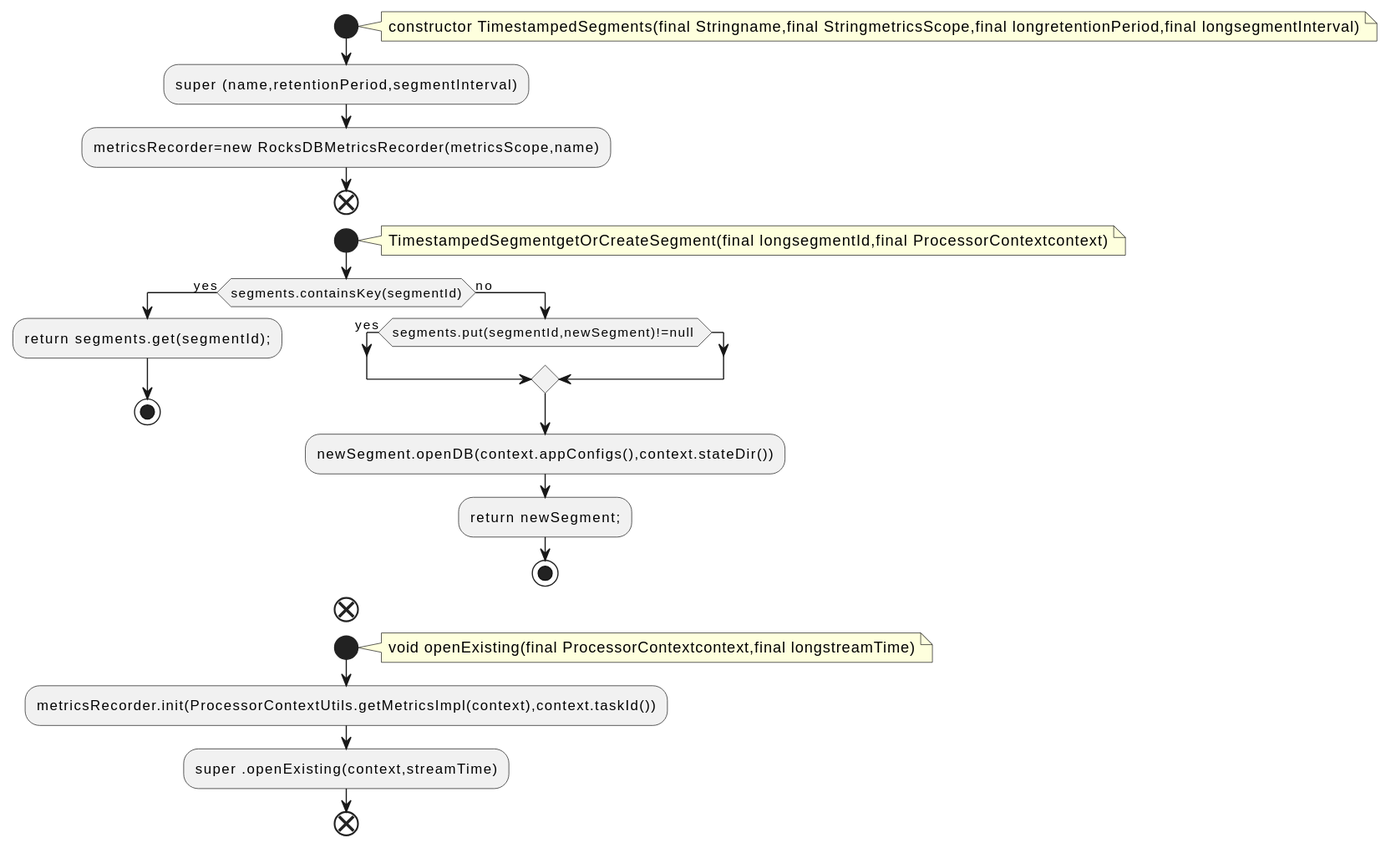
Earlier version of the PlantUML export docs/qc/streams/src/main/java/org/apache/kafka/streams/state/internals/TimestampedSegments.java.fct.svg (qualitesys/kafka). Source of this version:
```plantuml
@startuml
!pragma layout smetana
start
note right
constructor TimestampedSegments(final Stringname,final StringmetricsScope,final longretentionPeriod,final longsegmentInterval)
end note
:super (name,retentionPeriod,segmentInterval);
:metricsRecorder=new RocksDBMetricsRecorder(metricsScope,name);
end
start
note right
TimestampedSegmentgetOrCreateSegment(final longsegmentId,final ProcessorContextcontext)
end note
if (segments.containsKey(segmentId)) then (yes)
:return segments.get(segmentId);;
stop
else (no)
if (segments.put(segmentId,newSegment)!=null ) then (yes)
endif
:newSegment.openDB(context.appConfigs(),context.stateDir());
:return newSegment;;
stop
endif
end
start
note right
void openExisting(final ProcessorContextcontext,final longstreamTime)
end note
:metricsRecorder.init(ProcessorContextUtils.getMetricsImpl(context),context.taskId());
:super .openExisting(context,streamTime);
end
@enduml
```
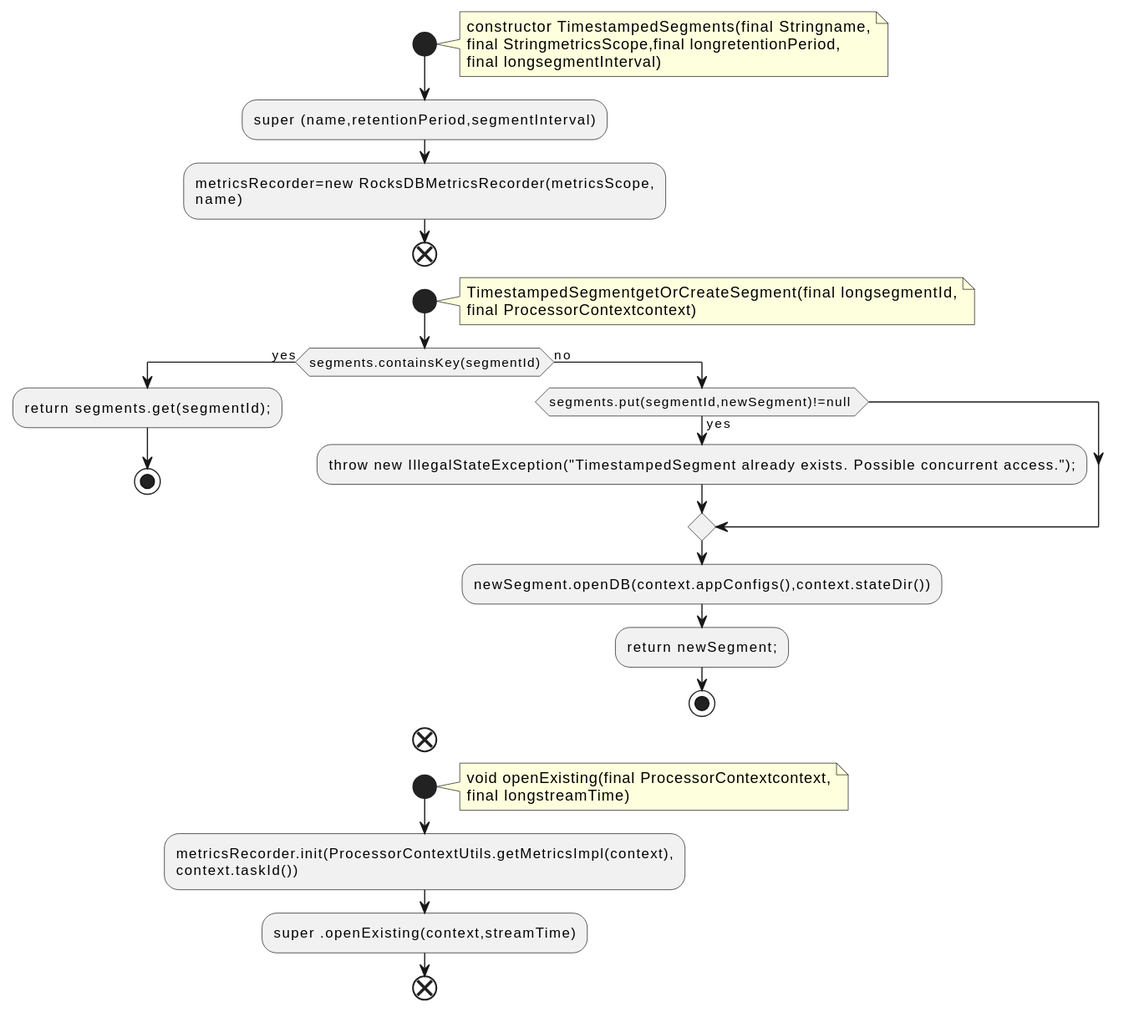
After the commit.

Diff of the diagram source:
```diff
@@ -2,20 +2,25 @@
 !pragma layout smetana
 start
 note right
-constructor TimestampedSegments(final Stringname,final StringmetricsScope,final longretentionPeriod,final longsegmentInterval)
+constructor TimestampedSegments(final Stringname,
+final StringmetricsScope,final longretentionPeriod,
+final longsegmentInterval)
 end note
 :super (name,retentionPeriod,segmentInterval);
-:metricsRecorder=new RocksDBMetricsRecorder(metricsScope,name);
+:metricsRecorder=new RocksDBMetricsRecorder(metricsScope,
+name);
 end
 start
 note right
-TimestampedSegmentgetOrCreateSegment(final longsegmentId,final ProcessorContextcontext)
+TimestampedSegmentgetOrCreateSegment(final longsegmentId,
+final ProcessorContextcontext)
 end note
 if (segments.containsKey(segmentId)) then (yes)
 :return segments.get(segmentId);;
 stop
 else (no)
 if (segments.put(segmentId,newSegment)!=null ) then (yes)
+:throw new IllegalStateException("TimestampedSegment already exists. Possible concurrent access.");;
 endif
 :newSegment.openDB(context.appConfigs(),context.stateDir());
 :return newSegment;;
@@ -24,9 +29,11 @@
 end
 start
 note right
-void openExisting(final ProcessorContextcontext,final longstreamTime)
+void openExisting(final ProcessorContextcontext,
+final longstreamTime)
 end note
-:metricsRecorder.init(ProcessorContextUtils.getMetricsImpl(context),context.taskId());
+:metricsRecorder.init(ProcessorContextUtils.getMetricsImpl(context),
+context.taskId());
 :super .openExisting(context,streamTime);
 end
 @enduml
```
